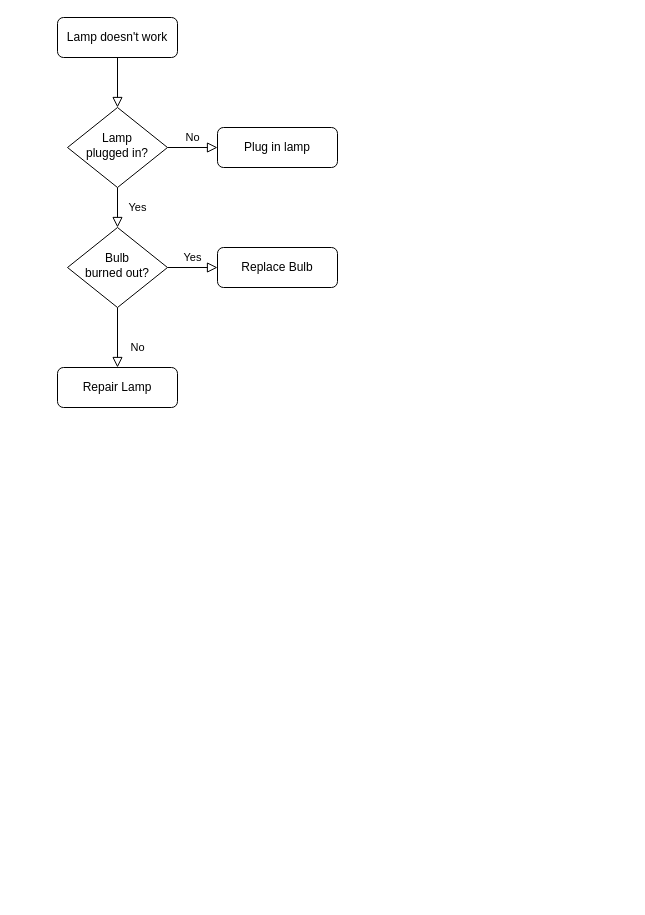
Before: 机器人异步任务.drawio in xingzhihe/hello-world, a draw.io diagram. Source tidied: cells renumbered, new cells numbered last; positions are measured from the earlier drawing's top-left corner, leaving out a move shared by most shapes. Both pictures are drawn from the tidied source at 100%, with x=0, y=0 at pixel (57, 17).
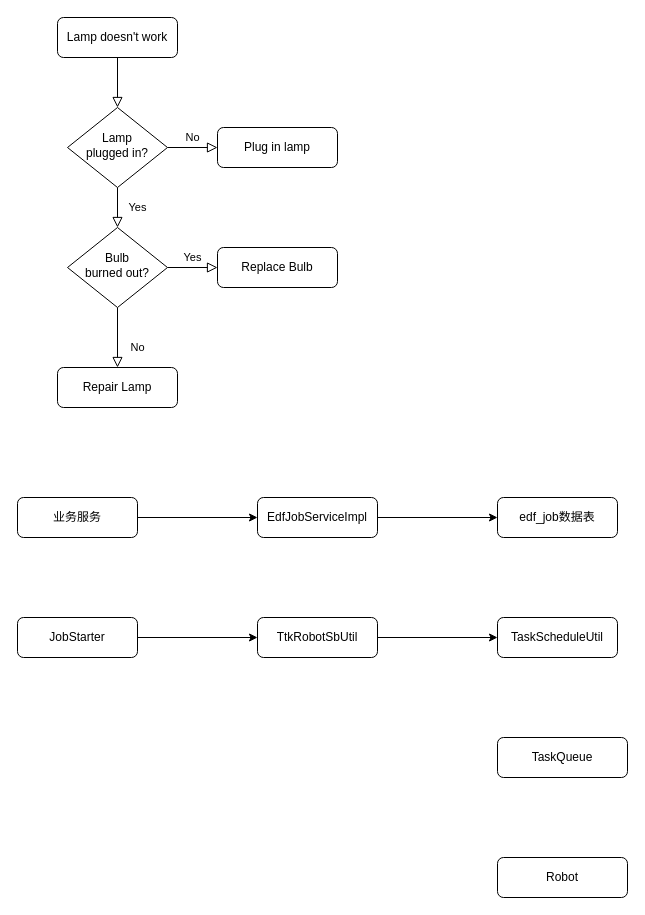
After the change.

Commit message (it also covers changes not shown here):
更新机器人异步任务.drawio

What changed in the source:
```diff
@@
+    <mxCell id="13" style="edgeStyle=orthogonalEdgeStyle;rounded=0;jettySize=auto;html=1;exitX=1;exitY=0.5;exitDx=0;exitDy=0;entryX=0;entryY=0.5;entryDx=0;entryDy=0;" parent="1" edge="1" source="14" target="15">
+      <mxGeometry relative="1" as="geometry" />
+    </mxCell>
+    <mxCell id="14" value="业务服务" style="rounded=1;whiteSpace=wrap;html=1;fontSize=12;glass=0;strokeWidth=1;shadow=0;" parent="1" vertex="1">
+      <mxGeometry x="-40" y="480" width="120" height="40" as="geometry" />
+    </mxCell>
+    <mxCell id="15" value="EdfJobServiceImpl" style="rounded=1;whiteSpace=wrap;html=1;fontSize=12;glass=0;strokeWidth=1;shadow=0;" parent="1" vertex="1">
+      <mxGeometry x="200" y="480" width="120" height="40" as="geometry" />
+    </mxCell>
+    <mxCell id="16" value="edf_job数据表" style="rounded=1;whiteSpace=wrap;html=1;fontSize=12;glass=0;strokeWidth=1;shadow=0;" parent="1" vertex="1">
+      <mxGeometry x="440" y="480" width="120" height="40" as="geometry" />
+    </mxCell>
+    <mxCell id="17" style="edgeStyle=orthogonalEdgeStyle;rounded=0;jettySize=auto;html=1;entryX=0;entryY=0.5;entryDx=0;entryDy=0;exitX=1;exitY=0.5;exitDx=0;exitDy=0;" parent="1" edge="1" source="15" target="16">
+      <mxGeometry relative="1" as="geometry" />
+    </mxCell>
+    <mxCell id="18" value="JobStarter" style="rounded=1;whiteSpace=wrap;html=1;fontSize=12;glass=0;strokeWidth=1;shadow=0;" parent="1" vertex="1">
+      <mxGeometry x="-40" y="600" width="120" height="40" as="geometry" />
+    </mxCell>
+    <mxCell id="19" value="TtkRobotSbUtil" style="rounded=1;whiteSpace=wrap;html=1;fontSize=12;glass=0;strokeWidth=1;shadow=0;" parent="1" vertex="1">
+      <mxGeometry x="200" y="600" width="120" height="40" as="geometry" />
+    </mxCell>
+    <mxCell id="20" value="TaskScheduleUtil" style="rounded=1;whiteSpace=wrap;html=1;fontSize=12;glass=0;strokeWidth=1;shadow=0;" parent="1" vertex="1">
+      <mxGeometry x="440" y="600" width="120" height="40" as="geometry" />
+    </mxCell>
+    <mxCell id="21" value="TaskQueue" style="rounded=1;whiteSpace=wrap;html=1;fontSize=12;glass=0;strokeWidth=1;shadow=0;" parent="1" vertex="1">
+      <mxGeometry x="440" y="720" width="130" height="40" as="geometry" />
+    </mxCell>
+    <mxCell id="22" value="Robot" style="rounded=1;whiteSpace=wrap;html=1;fontSize=12;glass=0;strokeWidth=1;shadow=0;" parent="1" vertex="1">
+      <mxGeometry x="440" y="840" width="130" height="40" as="geometry" />
+    </mxCell>
+    <mxCell id="23" style="edgeStyle=orthogonalEdgeStyle;rounded=0;jettySize=auto;html=1;exitX=1;exitY=0.5;exitDx=0;exitDy=0;entryX=0;entryY=0.5;entryDx=0;entryDy=0;" parent="1" edge="1" source="18" target="19">
+      <mxGeometry relative="1" as="geometry" />
+    </mxCell>
+    <mxCell id="24" style="edgeStyle=orthogonalEdgeStyle;rounded=0;jettySize=auto;html=1;exitX=1;exitY=0.5;exitDx=0;exitDy=0;entryX=0;entryY=0.5;entryDx=0;entryDy=0;" parent="1" edge="1" source="19" target="20">
+      <mxGeometry relative="1" as="geometry" />
+    </mxCell>
```
